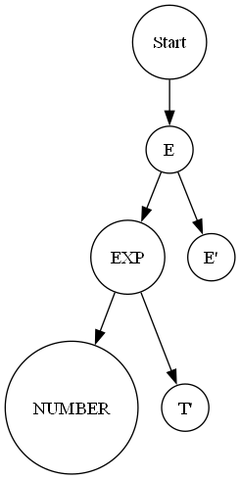
This is ast.png from GH120/JS-Compiler, a Graphviz export, as it was before one commit. Its source is kept beside it as ast.dot.
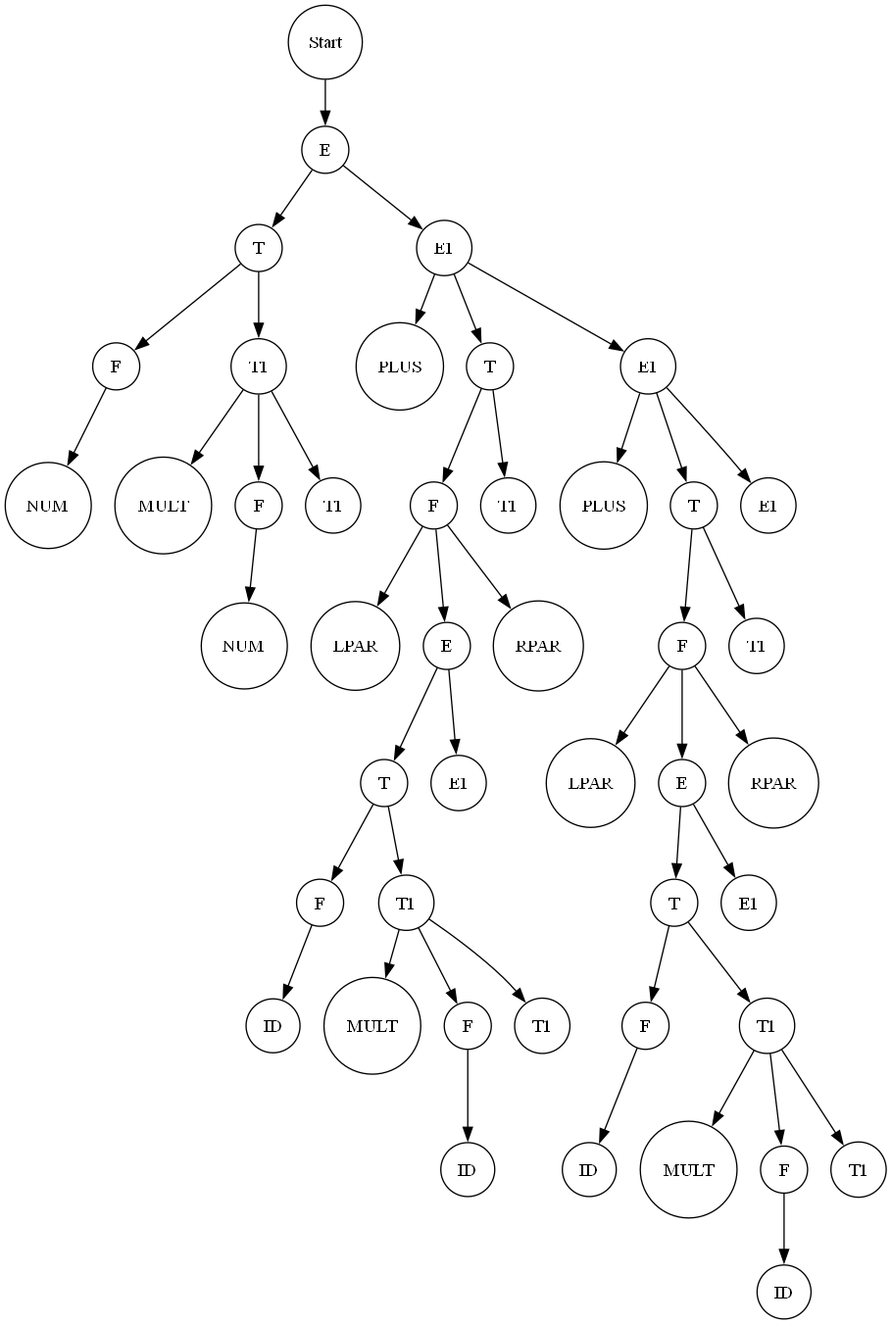
After the commit.

What changed in the source:
```diff
@@ -4,12 +4,90 @@
               node0 [label="Start"];
   node0_0 [label="E"];
   node0 -> node0_0;
-  node0_0_0 [label="EXP"];
+  node0_0_0 [label="T"];
   node0_0 -> node0_0_0;
-  node0_0_0_0 [label="NUMBER"];
+  node0_0_0_0 [label="F"];
   node0_0_0 -> node0_0_0_0;
-  node0_0_0_1 [label="T'"];
+  node0_0_0_0_0 [label="NUM"];
+  node0_0_0_0 -> node0_0_0_0_0;
+  node0_0_0_1 [label="T1"];
   node0_0_0 -> node0_0_0_1;
-  node0_0_1 [label="E'"];
+  node0_0_0_1_0 [label="MULT"];
+  node0_0_0_1 -> node0_0_0_1_0;
+  node0_0_0_1_1 [label="F"];
+  node0_0_0_1 -> node0_0_0_1_1;
+  node0_0_0_1_1_0 [label="NUM"];
+  node0_0_0_1_1 -> node0_0_0_1_1_0;
+  node0_0_0_1_2 [label="T1"];
+  node0_0_0_1 -> node0_0_0_1_2;
+  node0_0_1 [label="E1"];
   node0_0 -> node0_0_1;
+  node0_0_1_0 [label="PLUS"];
+  node0_0_1 -> node0_0_1_0;
+  node0_0_1_1 [label="T"];
+  node0_0_1 -> node0_0_1_1;
+  node0_0_1_1_0 [label="F"];
+  node0_0_1_1 -> node0_0_1_1_0;
+  node0_0_1_1_0_0 [label="LPAR"];
+  node0_0_1_1_0 -> node0_0_1_1_0_0;
+  node0_0_1_1_0_1 [label="E"];
+  node0_0_1_1_0 -> node0_0_1_1_0_1;
+  node0_0_1_1_0_1_0 [label="T"];
+  node0_0_1_1_0_1 -> node0_0_1_1_0_1_0;
+  node0_0_1_1_0_1_0_0 [label="F"];
+  node0_0_1_1_0_1_0 -> node0_0_1_1_0_1_0_0;
+  node0_0_1_1_0_1_0_0_0 [label="ID"];
+  node0_0_1_1_0_1_0_0 -> node0_0_1_1_0_1_0_0_0;
+  node0_0_1_1_0_1_0_1 [label="T1"];
+  node0_0_1_1_0_1_0 -> node0_0_1_1_0_1_0_1;
+  node0_0_1_1_0_1_0_1_0 [label="MULT"];
+  node0_0_1_1_0_1_0_1 -> node0_0_1_1_0_1_0_1_0;
+  node0_0_1_1_0_1_0_1_1 [label="F"];
+  node0_0_1_1_0_1_0_1 -> node0_0_1_1_0_1_0_1_1;
+  node0_0_1_1_0_1_0_1_1_0 [label="ID"];
+  node0_0_1_1_0_1_0_1_1 -> node0_0_1_1_0_1_0_1_1_0;
+  node0_0_1_1_0_1_0_1_2 [label="T1"];
+  node0_0_1_1_0_1_0_1 -> node0_0_1_1_0_1_0_1_2;
+  node0_0_1_1_0_1_1 [label="E1"];
+  node0_0_1_1_0_1 -> node0_0_1_1_0_1_1;
+  node0_0_1_1_0_2 [label="RPAR"];
+  node0_0_1_1_0 -> node0_0_1_1_0_2;
+  node0_0_1_1_1 [label="T1"];
+  node0_0_1_1 -> node0_0_1_1_1;
+  node0_0_1_2 [label="E1"];
+  node0_0_1 -> node0_0_1_2;
+  node0_0_1_2_0 [label="PLUS"];
+  node0_0_1_2 -> node0_0_1_2_0;
+  node0_0_1_2_1 [label="T"];
+  node0_0_1_2 -> node0_0_1_2_1;
+  node0_0_1_2_1_0 [label="F"];
+  node0_0_1_2_1 -> node0_0_1_2_1_0;
+  node0_0_1_2_1_0_0 [label="LPAR"];
+  node0_0_1_2_1_0 -> node0_0_1_2_1_0_0;
+  node0_0_1_2_1_0_1 [label="E"];
+  node0_0_1_2_1_0 -> node0_0_1_2_1_0_1;
+  node0_0_1_2_1_0_1_0 [label="T"];
+  node0_0_1_2_1_0_1 -> node0_0_1_2_1_0_1_0;
+  node0_0_1_2_1_0_1_0_0 [label="F"];
+  node0_0_1_2_1_0_1_0 -> node0_0_1_2_1_0_1_0_0;
+  node0_0_1_2_1_0_1_0_0_0 [label="ID"];
+  node0_0_1_2_1_0_1_0_0 -> node0_0_1_2_1_0_1_0_0_0;
+  node0_0_1_2_1_0_1_0_1 [label="T1"];
+  node0_0_1_2_1_0_1_0 -> node0_0_1_2_1_0_1_0_1;
+  node0_0_1_2_1_0_1_0_1_0 [label="MULT"];
+  node0_0_1_2_1_0_1_0_1 -> node0_0_1_2_1_0_1_0_1_0;
+  node0_0_1_2_1_0_1_0_1_1 [label="F"];
+  node0_0_1_2_1_0_1_0_1 -> node0_0_1_2_1_0_1_0_1_1;
+  node0_0_1_2_1_0_1_0_1_1_0 [label="ID"];
+  node0_0_1_2_1_0_1_0_1_1 -> node0_0_1_2_1_0_1_0_1_1_0;
+  node0_0_1_2_1_0_1_0_1_2 [label="T1"];
+  node0_0_1_2_1_0_1_0_1 -> node0_0_1_2_1_0_1_0_1_2;
+  node0_0_1_2_1_0_1_1 [label="E1"];
+  node0_0_1_2_1_0_1 -> node0_0_1_2_1_0_1_1;
+  node0_0_1_2_1_0_2 [label="RPAR"];
+  node0_0_1_2_1_0 -> node0_0_1_2_1_0_2;
+  node0_0_1_2_1_1 [label="T1"];
+  node0_0_1_2_1 -> node0_0_1_2_1_1;
+  node0_0_1_2_2 [label="E1"];
+  node0_0_1_2 -> node0_0_1_2_2;
         }
```
